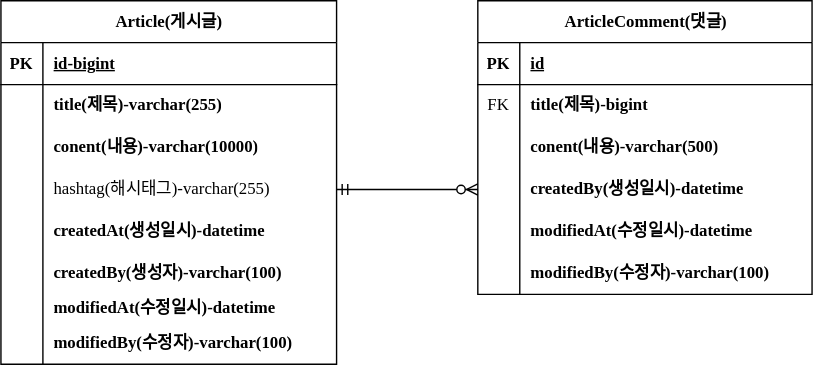
Before: document/project-board-erd.svg, a diagram exported from draw.io (eunyoung329/fastcampus-project-boardnew). Source tidied: cells renumbered, new cells last; positions are measured from the earlier drawing's top-left corner, leaving out a move shared by most shapes.
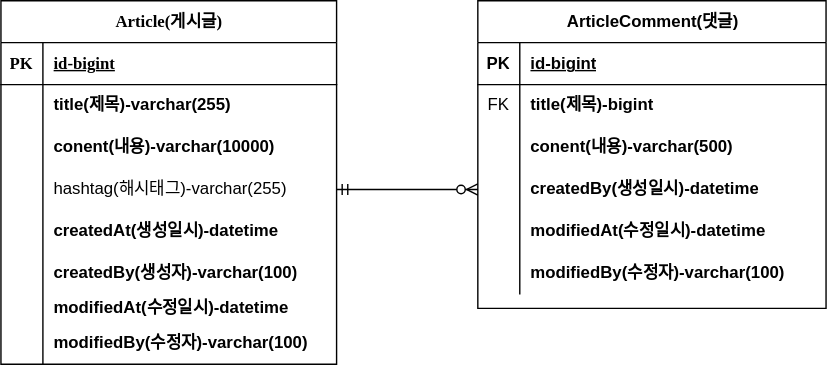
Later version of the same file.

Commit message:
#12-erd업데이트4-conent 사이즈 변경

The edit, as a diff of the source:
```diff
@@ -5,7 +5,7 @@
     <mxCell id="2" value="&lt;font face=&quot;Georgia&quot;&gt;Article(게시글)&lt;/font&gt;" style="shape=table;startSize=30;rowLines=0;fontStyle=1;align=center;html=1;" parent="1" vertex="1">
       <mxGeometry width="240" height="260" as="geometry" />
     </mxCell>
-    <mxCell id="3" style="shape=tableRow;horizontal=0;startSize=0;swimlaneHead=0;swimlaneBody=0;fillColor=none;top=0;left=0;right=0;bottom=1;" parent="2" vertex="1">
+    <mxCell id="3" style="shape=tableRow;horizontal=0;startSize=0;swimlaneHead=0;swimlaneBody=0;fillColor=none;top=0;left=0;right=0;bottom=1;fontFamily=Helvetica;" parent="2" vertex="1">
       <mxGeometry y="30" width="240" height="30" as="geometry" />
     </mxCell>
     <mxCell id="4" value="PK" style="shape=partialRectangle;fillColor=none;top=0;left=0;bottom=0;right=0;fontStyle=1;overflow=hidden;whiteSpace=wrap;html=1;fontFamily=Georgia;" parent="3" vertex="1">
@@ -20,7 +20,7 @@
     <mxCell id="7" style="shape=partialRectangle;fillColor=none;top=0;left=0;bottom=0;right=0;overflow=hidden;whiteSpace=wrap;html=1;" parent="6" vertex="1">
       <mxGeometry width="30" height="30" as="geometry" />
     </mxCell>
-    <mxCell id="8" value="title(제목)-varchar(255)" style="shape=partialRectangle;fillColor=none;top=0;left=0;bottom=0;right=0;align=left;spacingLeft=6;overflow=hidden;whiteSpace=wrap;html=1;fontStyle=1;fontFamily=Georgia;" parent="6" vertex="1">
+    <mxCell id="8" value="title(제목)-varchar(255)" style="shape=partialRectangle;fillColor=none;top=0;left=0;bottom=0;right=0;align=left;spacingLeft=6;overflow=hidden;whiteSpace=wrap;html=1;fontStyle=1;fontFamily=Helvetica;" parent="6" vertex="1">
       <mxGeometry x="30" width="210" height="30" as="geometry" />
     </mxCell>
     <mxCell id="9" style="shape=tableRow;horizontal=0;startSize=0;swimlaneHead=0;swimlaneBody=0;fillColor=none;top=0;left=0;right=0;bottom=0;" parent="2" vertex="1">
@@ -29,7 +29,7 @@
     <mxCell id="10" style="shape=partialRectangle;fillColor=none;top=0;left=0;bottom=0;right=0;overflow=hidden;whiteSpace=wrap;html=1;" parent="9" vertex="1">
       <mxGeometry width="30" height="30" as="geometry" />
     </mxCell>
-    <mxCell id="11" value="conent(내용)-varchar(10000)" style="shape=partialRectangle;fillColor=none;top=0;left=0;bottom=0;right=0;align=left;spacingLeft=6;overflow=hidden;whiteSpace=wrap;html=1;fontStyle=1;fontFamily=Georgia;" parent="9" vertex="1">
+    <mxCell id="11" value="conent(내용)-varchar(10000)" style="shape=partialRectangle;fillColor=none;top=0;left=0;bottom=0;right=0;align=left;spacingLeft=6;overflow=hidden;whiteSpace=wrap;html=1;fontStyle=1;fontFamily=Helvetica;" parent="9" vertex="1">
       <mxGeometry x="30" width="210" height="30" as="geometry" />
     </mxCell>
     <mxCell id="12" style="shape=tableRow;horizontal=0;startSize=0;swimlaneHead=0;swimlaneBody=0;fillColor=none;points=[[0,0.5],[1,0.5]];portConstraint=eastwest;top=0;left=0;right=0;bottom=0;" parent="2" vertex="1">
@@ -38,7 +38,7 @@
     <mxCell id="13" style="shape=partialRectangle;fillColor=none;top=0;left=0;bottom=0;right=0;overflow=hidden;whiteSpace=wrap;html=1;" parent="12" vertex="1">
       <mxGeometry width="30" height="30" as="geometry" />
     </mxCell>
-    <mxCell id="14" value="hashtag(해시태그)-varchar(255)" style="shape=partialRectangle;fillColor=none;top=0;left=0;bottom=0;right=0;align=left;spacingLeft=6;overflow=hidden;whiteSpace=wrap;html=1;fontFamily=Georgia;" parent="12" vertex="1">
+    <mxCell id="14" value="hashtag(해시태그)-varchar(255)" style="shape=partialRectangle;fillColor=none;top=0;left=0;bottom=0;right=0;align=left;spacingLeft=6;overflow=hidden;whiteSpace=wrap;html=1;fontFamily=Helvetica;" parent="12" vertex="1">
       <mxGeometry x="30" width="210" height="30" as="geometry" />
     </mxCell>
     <mxCell id="15" style="shape=tableRow;horizontal=0;startSize=0;swimlaneHead=0;swimlaneBody=0;fillColor=none;top=0;left=0;right=0;bottom=0;" parent="2" vertex="1">
@@ -47,7 +47,7 @@
     <mxCell id="16" style="shape=partialRectangle;fillColor=none;top=0;left=0;bottom=0;right=0;overflow=hidden;whiteSpace=wrap;html=1;" parent="15" vertex="1">
       <mxGeometry width="30" height="30" as="geometry" />
     </mxCell>
-    <mxCell id="17" value="createdAt(생성일시)-datetime" style="shape=partialRectangle;fillColor=none;top=0;left=0;bottom=0;right=0;align=left;spacingLeft=6;overflow=hidden;whiteSpace=wrap;html=1;fontStyle=1;fontFamily=Georgia;" parent="15" vertex="1">
+    <mxCell id="17" value="createdAt(생성일시)-datetime" style="shape=partialRectangle;fillColor=none;top=0;left=0;bottom=0;right=0;align=left;spacingLeft=6;overflow=hidden;whiteSpace=wrap;html=1;fontStyle=1;fontFamily=Helvetica;" parent="15" vertex="1">
       <mxGeometry x="30" width="210" height="30" as="geometry" />
     </mxCell>
     <mxCell id="18" style="shape=tableRow;horizontal=0;startSize=0;swimlaneHead=0;swimlaneBody=0;fillColor=none;top=0;left=0;right=0;bottom=0;" parent="2" vertex="1">
@@ -56,7 +56,7 @@
     <mxCell id="19" style="shape=partialRectangle;fillColor=none;top=0;left=0;bottom=0;right=0;overflow=hidden;whiteSpace=wrap;html=1;" parent="18" vertex="1">
       <mxGeometry width="30" height="30" as="geometry" />
     </mxCell>
-    <mxCell id="20" value="createdBy(생성자)-varchar(100)" style="shape=partialRectangle;fillColor=none;top=0;left=0;bottom=0;right=0;align=left;spacingLeft=6;overflow=hidden;whiteSpace=wrap;html=1;fontStyle=1;fontFamily=Georgia;" parent="18" vertex="1">
+    <mxCell id="20" value="createdBy(생성자)-varchar(100)" style="shape=partialRectangle;fillColor=none;top=0;left=0;bottom=0;right=0;align=left;spacingLeft=6;overflow=hidden;whiteSpace=wrap;html=1;fontStyle=1;fontFamily=Helvetica;" parent="18" vertex="1">
       <mxGeometry x="30" width="210" height="30" as="geometry" />
     </mxCell>
     <mxCell id="21" style="shape=tableRow;horizontal=0;startSize=0;swimlaneHead=0;swimlaneBody=0;fillColor=none;top=0;left=0;right=0;bottom=0;" parent="2" vertex="1">
@@ -65,7 +65,7 @@
     <mxCell id="22" style="shape=partialRectangle;fillColor=none;top=0;left=0;bottom=0;right=0;overflow=hidden;whiteSpace=wrap;html=1;" parent="21" vertex="1">
       <mxGeometry width="30" height="20" as="geometry" />
     </mxCell>
-    <mxCell id="23" value="modifiedAt(수정일시)-datetime" style="shape=partialRectangle;fillColor=none;top=0;left=0;bottom=0;right=0;align=left;spacingLeft=6;overflow=hidden;whiteSpace=wrap;html=1;fontStyle=1;fontFamily=Georgia;" parent="21" vertex="1">
+    <mxCell id="23" value="modifiedAt(수정일시)-datetime" style="shape=partialRectangle;fillColor=none;top=0;left=0;bottom=0;right=0;align=left;spacingLeft=6;overflow=hidden;whiteSpace=wrap;html=1;fontStyle=1;fontFamily=Helvetica;" parent="21" vertex="1">
       <mxGeometry x="30" width="210" height="20" as="geometry" />
     </mxCell>
     <mxCell id="24" style="shape=tableRow;horizontal=0;startSize=0;swimlaneHead=0;swimlaneBody=0;fillColor=none;top=0;left=0;right=0;bottom=0;" parent="2" vertex="1">
@@ -74,65 +74,65 @@
     <mxCell id="25" style="shape=partialRectangle;fillColor=none;top=0;left=0;bottom=0;right=0;overflow=hidden;whiteSpace=wrap;html=1;" parent="24" vertex="1">
       <mxGeometry width="30" height="30" as="geometry" />
     </mxCell>
-    <mxCell id="26" value="modifiedBy(수정자)-varchar(100)" style="shape=partialRectangle;fillColor=none;top=0;left=0;bottom=0;right=0;align=left;spacingLeft=6;overflow=hidden;whiteSpace=wrap;html=1;fontStyle=1;fontFamily=Georgia;" parent="24" vertex="1">
+    <mxCell id="26" value="modifiedBy(수정자)-varchar(100)" style="shape=partialRectangle;fillColor=none;top=0;left=0;bottom=0;right=0;align=left;spacingLeft=6;overflow=hidden;whiteSpace=wrap;html=1;fontStyle=1;fontFamily=Helvetica;" parent="24" vertex="1">
       <mxGeometry x="30" width="210" height="30" as="geometry" />
     </mxCell>
-    <mxCell id="27" value="ArticleComment(댓글)" style="shape=table;startSize=30;rowLines=0;fontStyle=1;align=center;html=1;fontFamily=Georgia;" parent="1" vertex="1">
-      <mxGeometry x="341" width="239" height="210" as="geometry" />
+    <mxCell id="27" value="ArticleComment(댓글)" style="shape=table;startSize=30;rowLines=0;fontStyle=1;align=center;html=1;fontFamily=Helvetica;" parent="1" vertex="1">
+      <mxGeometry x="341" width="249" height="220" as="geometry" />
     </mxCell>
     <mxCell id="28" style="shape=tableRow;horizontal=0;startSize=0;swimlaneHead=0;swimlaneBody=0;fillColor=none;top=0;left=0;right=0;bottom=1;" parent="27" vertex="1">
-      <mxGeometry y="30" width="239" height="30" as="geometry" />
+      <mxGeometry y="30" width="249" height="30" as="geometry" />
     </mxCell>
-    <mxCell id="29" value="PK" style="shape=partialRectangle;fillColor=none;top=0;left=0;bottom=0;right=0;fontStyle=1;overflow=hidden;whiteSpace=wrap;html=1;fontFamily=Georgia;" parent="28" vertex="1">
+    <mxCell id="29" value="PK" style="shape=partialRectangle;fillColor=none;top=0;left=0;bottom=0;right=0;fontStyle=1;overflow=hidden;whiteSpace=wrap;html=1;fontFamily=Helvetica;" parent="28" vertex="1">
       <mxGeometry width="30" height="30" as="geometry" />
     </mxCell>
-    <mxCell id="30" value="id" style="shape=partialRectangle;fillColor=none;top=0;left=0;bottom=0;right=0;align=left;spacingLeft=6;fontStyle=5;overflow=hidden;whiteSpace=wrap;html=1;fontFamily=Georgia;" parent="28" vertex="1">
-      <mxGeometry x="30" width="209" height="30" as="geometry" />
+    <mxCell id="30" value="id-bigint" style="shape=partialRectangle;fillColor=none;top=0;left=0;bottom=0;right=0;align=left;spacingLeft=6;fontStyle=5;overflow=hidden;whiteSpace=wrap;html=1;fontFamily=Helvetica;" parent="28" vertex="1">
+      <mxGeometry x="30" width="219" height="30" as="geometry" />
     </mxCell>
     <mxCell id="31" style="shape=tableRow;horizontal=0;startSize=0;swimlaneHead=0;swimlaneBody=0;fillColor=none;top=0;left=0;right=0;bottom=0;" parent="27" vertex="1">
-      <mxGeometry y="60" width="239" height="30" as="geometry" />
+      <mxGeometry y="60" width="249" height="30" as="geometry" />
     </mxCell>
-    <mxCell id="32" value="FK" style="shape=partialRectangle;fillColor=none;top=0;left=0;bottom=0;right=0;overflow=hidden;whiteSpace=wrap;html=1;fontFamily=Georgia;" parent="31" vertex="1">
+    <mxCell id="32" value="FK" style="shape=partialRectangle;fillColor=none;top=0;left=0;bottom=0;right=0;overflow=hidden;whiteSpace=wrap;html=1;fontFamily=Helvetica;" parent="31" vertex="1">
       <mxGeometry width="30" height="30" as="geometry" />
     </mxCell>
-    <mxCell id="33" value="title(제목)-bigint" style="shape=partialRectangle;fillColor=none;top=0;left=0;bottom=0;right=0;align=left;spacingLeft=6;overflow=hidden;whiteSpace=wrap;html=1;fontStyle=1;fontFamily=Georgia;" parent="31" vertex="1">
-      <mxGeometry x="30" width="209" height="30" as="geometry" />
+    <mxCell id="33" value="title(제목)-bigint" style="shape=partialRectangle;fillColor=none;top=0;left=0;bottom=0;right=0;align=left;spacingLeft=6;overflow=hidden;whiteSpace=wrap;html=1;fontStyle=1;fontFamily=Helvetica;" parent="31" vertex="1">
+      <mxGeometry x="30" width="219" height="30" as="geometry" />
     </mxCell>
     <mxCell id="34" style="shape=tableRow;horizontal=0;startSize=0;swimlaneHead=0;swimlaneBody=0;fillColor=none;top=0;left=0;right=0;bottom=0;" parent="27" vertex="1">
-      <mxGeometry y="90" width="239" height="30" as="geometry" />
+      <mxGeometry y="90" width="249" height="30" as="geometry" />
     </mxCell>
     <mxCell id="35" style="shape=partialRectangle;fillColor=none;top=0;left=0;bottom=0;right=0;overflow=hidden;whiteSpace=wrap;html=1;" parent="34" vertex="1">
       <mxGeometry width="30" height="30" as="geometry" />
     </mxCell>
-    <mxCell id="36" value="conent(내용)-varchar(500)" style="shape=partialRectangle;fillColor=none;top=0;left=0;bottom=0;right=0;align=left;spacingLeft=6;overflow=hidden;whiteSpace=wrap;html=1;fontStyle=1;fontFamily=Georgia;" parent="34" vertex="1">
-      <mxGeometry x="30" width="209" height="30" as="geometry" />
+    <mxCell id="36" value="conent(내용)-varchar(500)" style="shape=partialRectangle;fillColor=none;top=0;left=0;bottom=0;right=0;align=left;spacingLeft=6;overflow=hidden;whiteSpace=wrap;html=1;fontStyle=1;fontFamily=Helvetica;" parent="34" vertex="1">
+      <mxGeometry x="30" width="219" height="30" as="geometry" />
     </mxCell>
     <mxCell id="37" style="shape=tableRow;horizontal=0;startSize=0;swimlaneHead=0;swimlaneBody=0;fillColor=none;points=[[0,0.5],[1,0.5]];portConstraint=eastwest;top=0;left=0;right=0;bottom=0;" parent="27" vertex="1">
-      <mxGeometry y="120" width="239" height="30" as="geometry" />
+      <mxGeometry y="120" width="249" height="30" as="geometry" />
     </mxCell>
     <mxCell id="38" style="shape=partialRectangle;fillColor=none;top=0;left=0;bottom=0;right=0;overflow=hidden;whiteSpace=wrap;html=1;" parent="37" vertex="1">
       <mxGeometry width="30" height="30" as="geometry" />
     </mxCell>
-    <mxCell id="39" value="createdBy(생성일시)-datetime" style="shape=partialRectangle;fillColor=none;top=0;left=0;bottom=0;right=0;align=left;spacingLeft=6;overflow=hidden;whiteSpace=wrap;html=1;fontStyle=1;fontFamily=Georgia;" parent="37" vertex="1">
-      <mxGeometry x="30" width="209" height="30" as="geometry" />
+    <mxCell id="39" value="createdBy(생성일시)-datetime" style="shape=partialRectangle;fillColor=none;top=0;left=0;bottom=0;right=0;align=left;spacingLeft=6;overflow=hidden;whiteSpace=wrap;html=1;fontStyle=1;fontFamily=Helvetica;" parent="37" vertex="1">
+      <mxGeometry x="30" width="219" height="30" as="geometry" />
     </mxCell>
     <mxCell id="40" style="shape=tableRow;horizontal=0;startSize=0;swimlaneHead=0;swimlaneBody=0;fillColor=none;top=0;left=0;right=0;bottom=0;" parent="27" vertex="1">
-      <mxGeometry y="150" width="239" height="30" as="geometry" />
+      <mxGeometry y="150" width="249" height="30" as="geometry" />
     </mxCell>
     <mxCell id="41" style="shape=partialRectangle;fillColor=none;top=0;left=0;bottom=0;right=0;overflow=hidden;whiteSpace=wrap;html=1;" parent="40" vertex="1">
       <mxGeometry width="30" height="30" as="geometry" />
     </mxCell>
-    <mxCell id="42" value="modifiedAt(수정일시)-datetime" style="shape=partialRectangle;fillColor=none;top=0;left=0;bottom=0;right=0;align=left;spacingLeft=6;overflow=hidden;whiteSpace=wrap;html=1;fontStyle=1;fontFamily=Georgia;" parent="40" vertex="1">
-      <mxGeometry x="30" width="209" height="30" as="geometry" />
+    <mxCell id="42" value="modifiedAt(수정일시)-datetime" style="shape=partialRectangle;fillColor=none;top=0;left=0;bottom=0;right=0;align=left;spacingLeft=6;overflow=hidden;whiteSpace=wrap;html=1;fontStyle=1;fontFamily=Helvetica;" parent="40" vertex="1">
+      <mxGeometry x="30" width="219" height="30" as="geometry" />
     </mxCell>
     <mxCell id="43" style="shape=tableRow;horizontal=0;startSize=0;swimlaneHead=0;swimlaneBody=0;fillColor=none;top=0;left=0;right=0;bottom=0;" parent="27" vertex="1">
-      <mxGeometry y="180" width="239" height="30" as="geometry" />
+      <mxGeometry y="180" width="249" height="30" as="geometry" />
     </mxCell>
     <mxCell id="44" style="shape=partialRectangle;fillColor=none;top=0;left=0;bottom=0;right=0;overflow=hidden;whiteSpace=wrap;html=1;" parent="43" vertex="1">
       <mxGeometry width="30" height="30" as="geometry" />
     </mxCell>
-    <mxCell id="45" value="modifiedBy(수정자)-varchar(100)" style="shape=partialRectangle;fillColor=none;top=0;left=0;bottom=0;right=0;align=left;spacingLeft=6;overflow=hidden;whiteSpace=wrap;html=1;fontStyle=1;fontFamily=Georgia;" parent="43" vertex="1">
-      <mxGeometry x="30" width="209" height="30" as="geometry" />
+    <mxCell id="45" value="modifiedBy(수정자)-varchar(100)" style="shape=partialRectangle;fillColor=none;top=0;left=0;bottom=0;right=0;align=left;spacingLeft=6;overflow=hidden;whiteSpace=wrap;html=1;fontStyle=1;fontFamily=Helvetica;" parent="43" vertex="1">
+      <mxGeometry x="30" width="219" height="30" as="geometry" />
     </mxCell>
     <mxCell id="46" style="edgeStyle=entityRelationEdgeStyle;fontSize=12;html=1;endArrow=ERzeroToMany;startArrow=ERmandOne;rounded=0;" parent="1" edge="1" source="12" target="37">
       <mxGeometry relative="1" as="geometry" />
```
